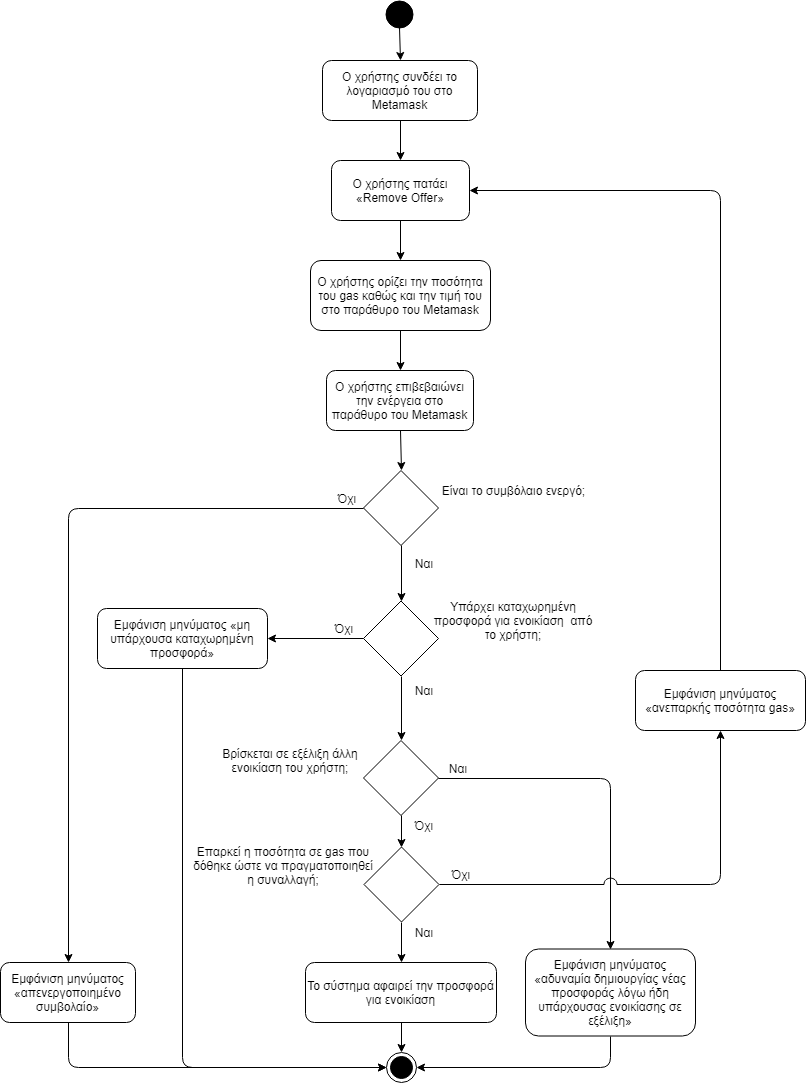
Above: diagrams/RemoveOffer/RemoveOffer.png in gkamtzir/Ethereum-ICO-Diploma-Thesis (draw.io), before the change. Source tidied: cells renumbered, new cells last; positions are measured from the earlier drawing's top-left corner, leaving out a move shared by most shapes.
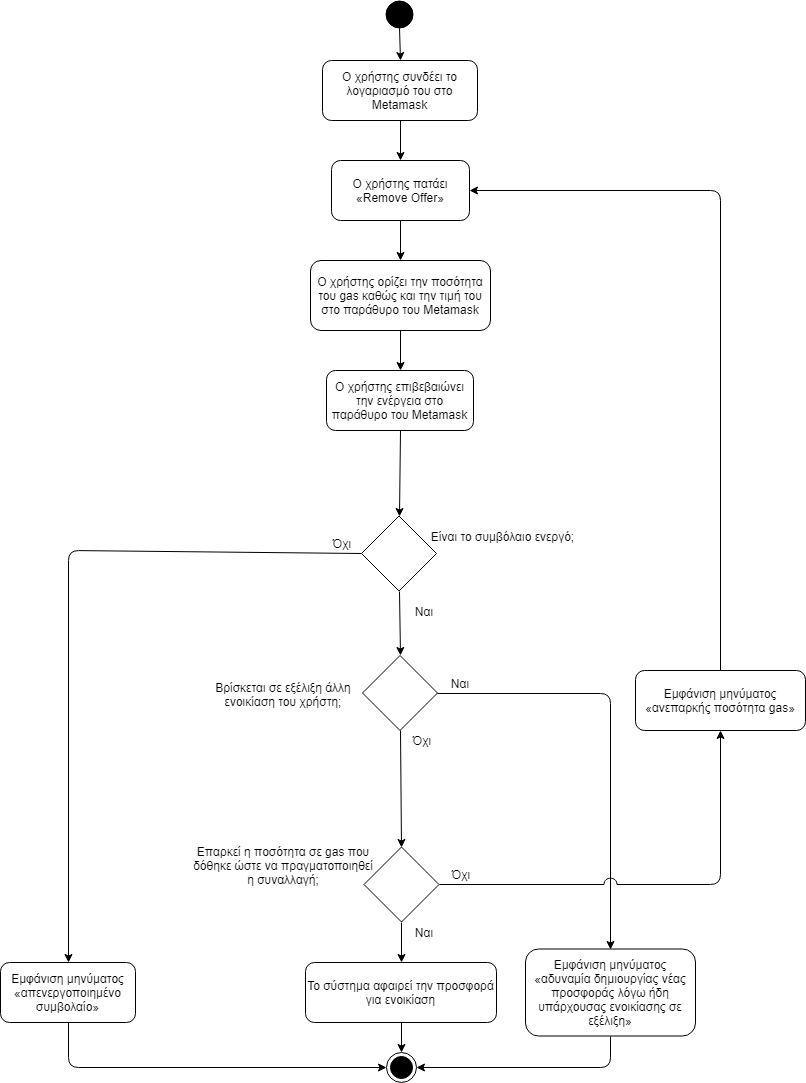
Later version of the same file.

Commit message:
Removed unnecessary state from RemoveOffer flowchart.

The edit, as a diff of the source:
```diff
@@ -12,7 +12,7 @@
       <mxGeometry x="331" y="160" width="138" height="60" as="geometry" />
     </mxCell>
     <mxCell id="5" style="rhombus;whiteSpace=wrap;html=1;fillColor=#ffffff;gradientColor=none;" parent="1" vertex="1">
-      <mxGeometry x="363" y="740" width="75" height="75" as="geometry" />
+      <mxGeometry x="362" y="655" width="75" height="75" as="geometry" />
     </mxCell>
     <mxCell id="6" style="endArrow=classic;html=1;exitX=0.5;exitY=1;exitDx=0;exitDy=0;entryX=0.5;entryY=0;entryDx=0;entryDy=0;" parent="1" edge="1" source="2" target="3">
       <mxGeometry relative="1" as="geometry" />
@@ -21,26 +21,26 @@
       <mxGeometry relative="1" as="geometry" />
     </mxCell>
     <mxCell id="8" value="Ναι" style="text;html=1;strokeColor=none;fillColor=none;align=center;verticalAlign=middle;whiteSpace=wrap;rounded=0;" parent="1" vertex="1">
-      <mxGeometry x="437" y="757.5" width="40" height="20" as="geometry" />
+      <mxGeometry x="438.5" y="672.5" width="40" height="20" as="geometry" />
     </mxCell>
     <mxCell id="9" value="Όχι" style="text;html=1;strokeColor=none;fillColor=none;align=center;verticalAlign=middle;whiteSpace=wrap;rounded=0;" parent="1" vertex="1">
-      <mxGeometry x="403" y="815" width="40" height="20" as="geometry" />
+      <mxGeometry x="401" y="730" width="40" height="20" as="geometry" />
     </mxCell>
     <mxCell id="10" style="endArrow=classic;html=1;exitX=1;exitY=0.5;exitDx=0;exitDy=0;jumpStyle=arc;jumpSize=13;entryX=0.5;entryY=0;entryDx=0;entryDy=0;" parent="1" edge="1" source="5" target="42">
       <mxGeometry relative="1" as="geometry">
         <Array as="points">
-          <mxPoint x="610" y="778" />
+          <mxPoint x="610" y="693" />
         </Array>
       </mxGeometry>
     </mxCell>
     <mxCell id="11" style="rhombus;whiteSpace=wrap;html=1;fillColor=#ffffff;gradientColor=none;" parent="1" vertex="1">
-      <mxGeometry x="363" y="470" width="75" height="75" as="geometry" />
+      <mxGeometry x="361" y="515.5" width="75" height="75" as="geometry" />
     </mxCell>
     <mxCell id="12" value="Ναι" style="text;html=1;strokeColor=none;fillColor=none;align=center;verticalAlign=middle;whiteSpace=wrap;rounded=0;" parent="1" vertex="1">
-      <mxGeometry x="403" y="553" width="40" height="20" as="geometry" />
+      <mxGeometry x="403" y="600.5" width="40" height="20" as="geometry" />
     </mxCell>
     <mxCell id="13" value="Όχι" style="text;html=1;strokeColor=none;fillColor=none;align=center;verticalAlign=middle;whiteSpace=wrap;rounded=0;" parent="1" vertex="1">
-      <mxGeometry x="326" y="487.5" width="40" height="20" as="geometry" />
+      <mxGeometry x="321" y="533" width="40" height="20" as="geometry" />
     </mxCell>
     <mxCell id="14" style="rhombus;whiteSpace=wrap;html=1;fillColor=#ffffff;gradientColor=none;" parent="1" vertex="1">
       <mxGeometry x="363.5" y="846.5" width="75" height="75" as="geometry" />
@@ -101,28 +101,16 @@
     <mxCell id="30" value="Εμφάνιση μηνύματος «απενεργοποιημένο συμβολαίο»" style="rounded=1;whiteSpace=wrap;html=1;" parent="1" vertex="1">
       <mxGeometry y="962" width="135" height="60" as="geometry" />
     </mxCell>
-    <mxCell id="31" style="rhombus;whiteSpace=wrap;html=1;fillColor=#ffffff;gradientColor=none;" parent="1" vertex="1">
-      <mxGeometry x="363" y="600.5" width="75" height="75" as="geometry" />
-    </mxCell>
-    <mxCell id="32" style="endArrow=classic;html=1;exitX=0.5;exitY=1;exitDx=0;exitDy=0;entryX=0.5;entryY=0;entryDx=0;entryDy=0;" parent="1" edge="1" source="11" target="31">
+    <mxCell id="32" style="endArrow=classic;html=1;exitX=0.5;exitY=1;exitDx=0;exitDy=0;entryX=0.5;entryY=0;entryDx=0;entryDy=0;" parent="1" edge="1" source="11" target="5">
       <mxGeometry relative="1" as="geometry" />
     </mxCell>
-    <mxCell id="33" style="endArrow=classic;html=1;exitX=0.5;exitY=1;exitDx=0;exitDy=0;entryX=0.5;entryY=0;entryDx=0;entryDy=0;" parent="1" edge="1" source="31" target="5">
-      <mxGeometry relative="1" as="geometry" />
-    </mxCell>
     <mxCell id="34" value="Είναι το συμβόλαιο ενεργό;" style="text;html=1;strokeColor=none;fillColor=none;align=center;verticalAlign=middle;whiteSpace=wrap;rounded=0;" parent="1" vertex="1">
-      <mxGeometry x="423" y="470" width="179" height="40" as="geometry" />
+      <mxGeometry x="412" y="515.5" width="179" height="40" as="geometry" />
     </mxCell>
-    <mxCell id="35" value="Ναι" style="text;html=1;strokeColor=none;fillColor=none;align=center;verticalAlign=middle;whiteSpace=wrap;rounded=0;" parent="1" vertex="1">
-      <mxGeometry x="403" y="680" width="40" height="20" as="geometry" />
-    </mxCell>
-    <mxCell id="36" value="Όχι" style="text;html=1;strokeColor=none;fillColor=none;align=center;verticalAlign=middle;whiteSpace=wrap;rounded=0;" parent="1" vertex="1">
-      <mxGeometry x="323" y="618" width="40" height="20" as="geometry" />
-    </mxCell>
     <mxCell id="37" style="endArrow=classic;html=1;entryX=0.5;entryY=0;entryDx=0;entryDy=0;exitX=0;exitY=0.5;exitDx=0;exitDy=0;" parent="1" edge="1" source="11" target="30">
       <mxGeometry relative="1" as="geometry">
         <Array as="points">
-          <mxPoint x="68" y="508" />
+          <mxPoint x="68" y="550" />
         </Array>
       </mxGeometry>
     </mxCell>
@@ -137,27 +125,11 @@
       <mxGeometry x="386" y="1052" width="30" height="30" as="geometry" />
     </mxCell>
     <mxCell id="40" value="Βρίσκεται σε εξέλιξη άλλη ενοικίαση του χρήστη;" style="text;html=1;strokeColor=none;fillColor=none;align=center;verticalAlign=middle;whiteSpace=wrap;rounded=0;" parent="1" vertex="1">
-      <mxGeometry x="205" y="730" width="170" height="60" as="geometry" />
+      <mxGeometry x="198" y="664" width="170" height="60" as="geometry" />
     </mxCell>
-    <mxCell id="41" value="Υπάρχει καταχωρημένη προσφορά για ενοικίαση&amp;nbsp;&amp;nbsp;από το χρήστη;" style="text;html=1;strokeColor=none;fillColor=none;align=center;verticalAlign=middle;whiteSpace=wrap;rounded=0;" parent="1" vertex="1">
-      <mxGeometry x="427.5" y="590" width="170" height="60" as="geometry" />
-    </mxCell>
     <mxCell id="42" value="Εμφάνιση μηνύματος «αδυναμία δημιουργίας νέας προσφοράς λόγω ήδη υπάρχουσας ενοικίασης σε εξέλιξη»" style="rounded=1;whiteSpace=wrap;html=1;" parent="1" vertex="1">
       <mxGeometry x="525" y="948.5" width="170" height="87" as="geometry" />
     </mxCell>
-    <mxCell id="43" value="Εμφάνιση μηνύματος «μη υπάρχουσα καταχωρημένη προσφορά»" style="rounded=1;whiteSpace=wrap;html=1;" parent="1" vertex="1">
-      <mxGeometry x="97" y="608" width="170" height="60" as="geometry" />
-    </mxCell>
-    <mxCell id="44" style="endArrow=classic;html=1;exitX=0;exitY=0.5;exitDx=0;exitDy=0;entryX=1;entryY=0.5;entryDx=0;entryDy=0;" parent="1" edge="1" source="31" target="43">
-      <mxGeometry relative="1" as="geometry" />
-    </mxCell>
-    <mxCell id="45" style="endArrow=classic;html=1;exitX=0.5;exitY=1;exitDx=0;exitDy=0;entryX=0;entryY=0.5;entryDx=0;entryDy=0;" parent="1" edge="1" source="43" target="39">
-      <mxGeometry relative="1" as="geometry">
-        <Array as="points">
-          <mxPoint x="182" y="1067" />
-        </Array>
-      </mxGeometry>
-    </mxCell>
     <mxCell id="46" style="endArrow=classic;html=1;exitX=0.5;exitY=1;exitDx=0;exitDy=0;entryX=1;entryY=0.5;entryDx=0;entryDy=0;" parent="1" edge="1" source="42" target="39">
       <mxGeometry relative="1" as="geometry">
         <Array as="points">
```
